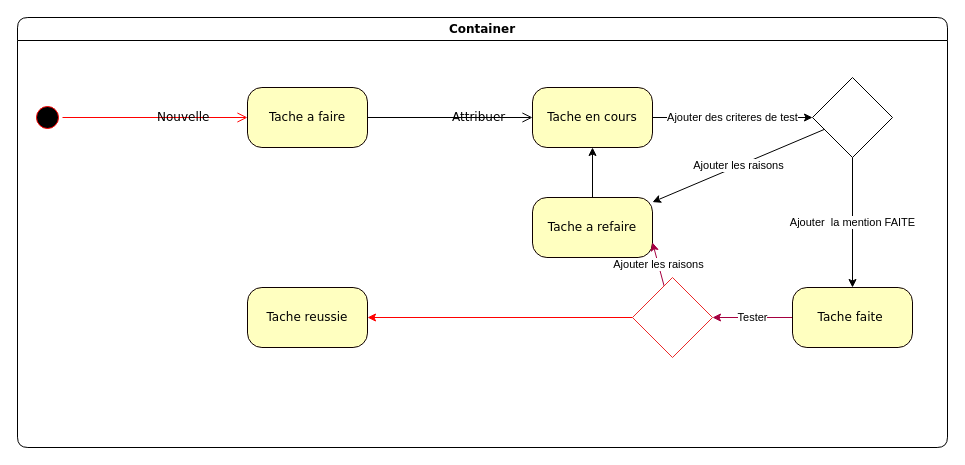
Earlier version of the draw.io diagram Diagramme sans nom.drawio (arseneRuben/C_Sharp). Source tidied: cells renumbered, new cells numbered last; positions are measured from the earlier drawing's top-left corner, leaving out a move shared by most shapes. Both pictures are drawn from the tidied source at 100%, with x=0, y=0 at pixel (17, 17).
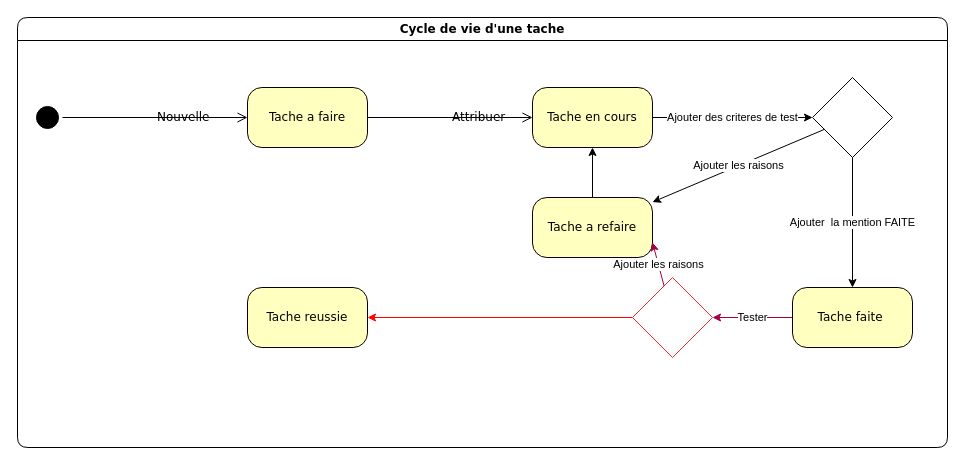
The same page after the edit.

Commit message (it also covers changes not shown here):
Mettre à jour Diagramme sans nom.drawio

Diff of the diagram source:
```diff
@@
 <mxGraphModel>
   <root>
     <mxCell id="0" />
     <mxCell id="1" parent="0" />
     <mxCell id="2" value="Tache a faire" style="rounded=1;whiteSpace=wrap;html=1;arcSize=24;fillColor=#ffffc0;strokeColor=#0f0000;shadow=0;comic=0;labelBackgroundColor=none;fontFamily=Verdana;fontSize=12;fontColor=#000000;align=center;" parent="1" vertex="1">
       <mxGeometry x="230" y="70" width="120" height="60" as="geometry" />
     </mxCell>
-    <mxCell id="3" value="Container" style="swimlane;whiteSpace=wrap;html=1;rounded=1;shadow=0;comic=0;labelBackgroundColor=none;strokeWidth=1;fontFamily=Verdana;fontSize=12;align=center;" parent="1" vertex="1">
+    <mxCell id="3" value="Cycle de vie d'une tache" style="swimlane;whiteSpace=wrap;html=1;rounded=1;shadow=0;comic=0;labelBackgroundColor=none;strokeWidth=1;fontFamily=Verdana;fontSize=12;align=center;" parent="1" vertex="1">
       <mxGeometry width="930" height="430" as="geometry" />
     </mxCell>
-    <mxCell id="4" style="ellipse;html=1;shape=startState;fillColor=#000000;strokeColor=#ff0000;rounded=1;shadow=0;comic=0;labelBackgroundColor=none;fontFamily=Verdana;fontSize=12;fontColor=#000000;align=center;direction=south;" parent="3" vertex="1">
+    <mxCell id="4" style="ellipse;html=1;shape=startState;fillColor=#000000;strokeColor=#000000;rounded=1;shadow=0;comic=0;labelBackgroundColor=none;fontFamily=Verdana;fontSize=12;fontColor=#000000;align=center;direction=south;" parent="3" vertex="1">
       <mxGeometry x="15" y="85" width="30" height="30" as="geometry" />
     </mxCell>
     <mxCell id="5" value="Ajouter des criteres de test" style="rounded=0;jettySize=auto;html=1;" parent="3" edge="1" source="6" target="7">
       <mxGeometry relative="1" as="geometry" />
     </mxCell>
     <mxCell id="6" value="Tache en cours" style="rounded=1;whiteSpace=wrap;html=1;arcSize=24;fillColor=#ffffc0;strokeColor=#0f0000;shadow=0;comic=0;labelBackgroundColor=none;fontFamily=Verdana;fontSize=12;fontColor=#000000;align=center;" parent="3" vertex="1">
       <mxGeometry x="515" y="70" width="120" height="60" as="geometry" />
     </mxCell>
     <mxCell id="7" style="rhombus;whiteSpace=wrap;html=1;" parent="3" vertex="1">
       <mxGeometry x="795" y="60" width="80" height="80" as="geometry" />
     </mxCell>
     <mxCell id="8" style="rounded=0;jettySize=auto;html=1;" parent="3" edge="1" source="9" target="6">
       <mxGeometry relative="1" as="geometry" />
     </mxCell>
     <mxCell id="9" value="Tache a refaire" style="rounded=1;whiteSpace=wrap;html=1;arcSize=24;fillColor=#ffffc0;strokeColor=#0f0000;shadow=0;comic=0;labelBackgroundColor=none;fontFamily=Verdana;fontSize=12;fontColor=#000000;align=center;" parent="3" vertex="1">
       <mxGeometry x="515" y="180" width="120" height="60" as="geometry" />
     </mxCell>
     <mxCell id="10" value="Ajouter les raisons" style="rounded=0;jettySize=auto;html=1;" parent="3" edge="1" source="7" target="9">
       <mxGeometry relative="1" as="geometry" />
     </mxCell>
     <mxCell id="11" value="Tester" style="edgeStyle=orthogonalEdgeStyle;rounded=0;jettySize=auto;html=1;fillColor=#d80073;strokeColor=#A50040;" parent="3" edge="1" source="12" target="16">
       <mxGeometry relative="1" as="geometry" />
     </mxCell>
     <mxCell id="12" value="Tache faite&amp;nbsp;" style="rounded=1;whiteSpace=wrap;html=1;arcSize=24;fillColor=#ffffc0;strokeColor=#0f0000;shadow=0;comic=0;labelBackgroundColor=none;fontFamily=Verdana;fontSize=12;fontColor=#000000;align=center;" parent="3" vertex="1">
       <mxGeometry x="775" y="270" width="120" height="60" as="geometry" />
     </mxCell>
     <mxCell id="13" value="Ajouter&amp;nbsp; la mention FAITE" style="rounded=0;jettySize=auto;html=1;" parent="3" edge="1" source="7" target="12">
       <mxGeometry relative="1" as="geometry" />
     </mxCell>
     <mxCell id="14" value="Ajouter les raisons" style="rounded=0;jettySize=auto;html=1;entryX=1;entryY=0.75;entryDx=0;entryDy=0;fillColor=#d80073;strokeColor=#A50040;" parent="3" edge="1" source="16" target="9">
       <mxGeometry relative="1" as="geometry" />
     </mxCell>
     <mxCell id="15" style="rounded=0;jettySize=auto;html=1;entryX=1;entryY=0.5;entryDx=0;entryDy=0;fillColor=#a20025;strokeColor=#FF0000;" parent="3" edge="1" source="16" target="17">
       <mxGeometry relative="1" as="geometry" />
     </mxCell>
     <mxCell id="16" style="rhombus;whiteSpace=wrap;html=1;strokeColor=#ea2a2a;" parent="3" vertex="1">
       <mxGeometry x="615" y="260" width="80" height="80" as="geometry" />
     </mxCell>
     <mxCell id="17" value="Tache reussie" style="rounded=1;whiteSpace=wrap;html=1;arcSize=24;fillColor=#ffffc0;strokeColor=#0f0000;shadow=0;comic=0;labelBackgroundColor=none;fontFamily=Verdana;fontSize=12;fontColor=#000000;align=center;" parent="3" vertex="1">
       <mxGeometry x="230" y="270" width="120" height="60" as="geometry" />
     </mxCell>
-    <mxCell id="18" value="Nouvelle" style="edgeStyle=orthogonalEdgeStyle;html=1;labelBackgroundColor=none;endArrow=open;endSize=8;strokeColor=#ff0000;fontFamily=Verdana;fontSize=12;align=left;" parent="1" edge="1" source="4" target="2">
+    <mxCell id="18" value="Nouvelle" style="edgeStyle=orthogonalEdgeStyle;html=1;labelBackgroundColor=none;endArrow=open;endSize=8;strokeColor=#000000;fontFamily=Verdana;fontSize=12;align=left;" parent="1" edge="1" source="4" target="2">
       <mxGeometry relative="1" as="geometry" />
     </mxCell>
     <mxCell id="19" value="Attribuer" style="html=1;labelBackgroundColor=none;endArrow=open;endSize=8;strokeColor=#000000;fontFamily=Verdana;fontSize=12;align=left;entryX=0;entryY=0.5;" parent="1" edge="1" source="2" target="6">
       <mxGeometry relative="1" as="geometry" />
     </mxCell>
   </root>
 </mxGraphModel>
```
